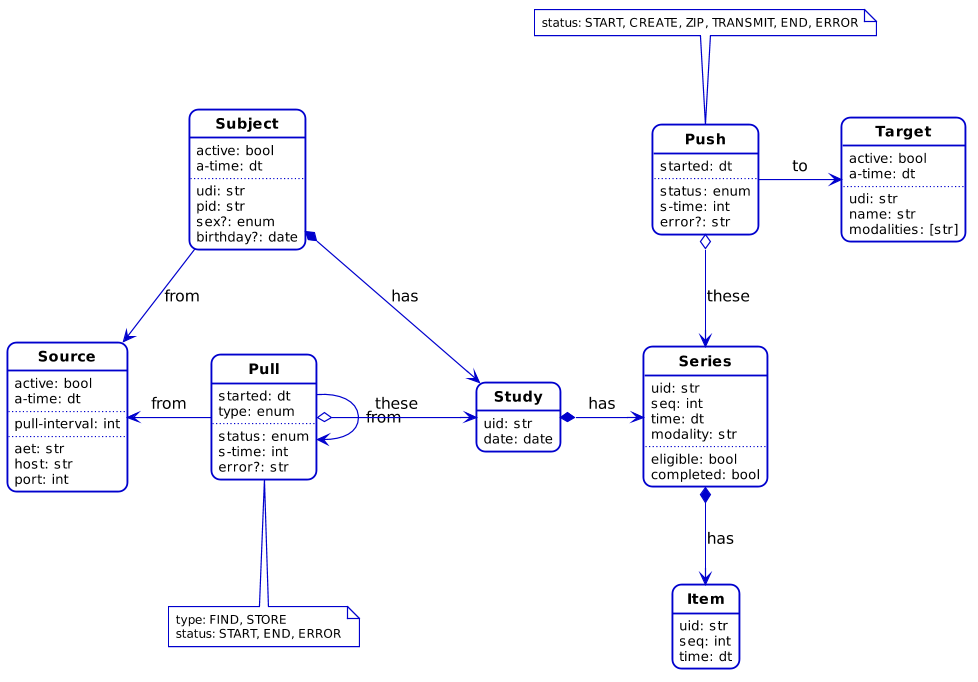
The PlantUML diagram docs/pull-push.png in shumy-tools/cad-proxy, before a commit.
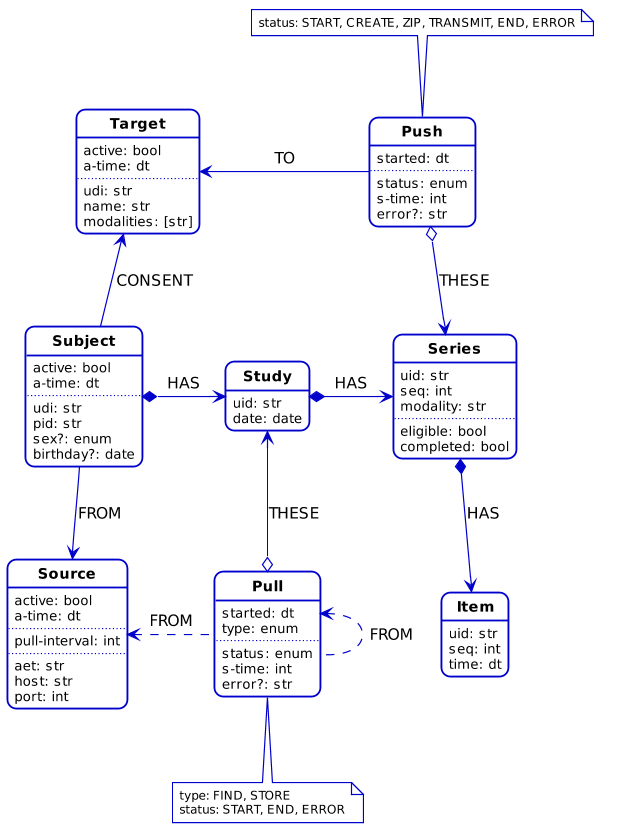
After the change.

The edit, as a diff of the source:
```diff
@@ -72,7 +72,6 @@
 class Series {
   uid: str
   seq: int
-  time: dt
   modality: str
   ..
   eligible: bool
@@ -106,17 +105,18 @@
 }
 
 
-Pull -left-> Source:from
-Pull --> Pull:from
-Pull o-right-> Study:these
+Pull .left.> Source:FROM
+Pull .up.> Pull:FROM
+Pull o-down-> Study:THESE
 
-Subject --> Source:from
+Subject --> Source:FROM
+Subject --> Target:CONSENT
 
-Subject *--> Study:has
-Study *-right-> Series:has
-Series *--> Item:has
+Subject *-right-> Study:HAS
+Study *-right-> Series:HAS
+Series *--> Item:HAS
 
-Push o--> Series:these
-Push -right-> Target:to
+Push o--> Series:THESE
+Push -left-> Target:TO
 
 @enduml
```
